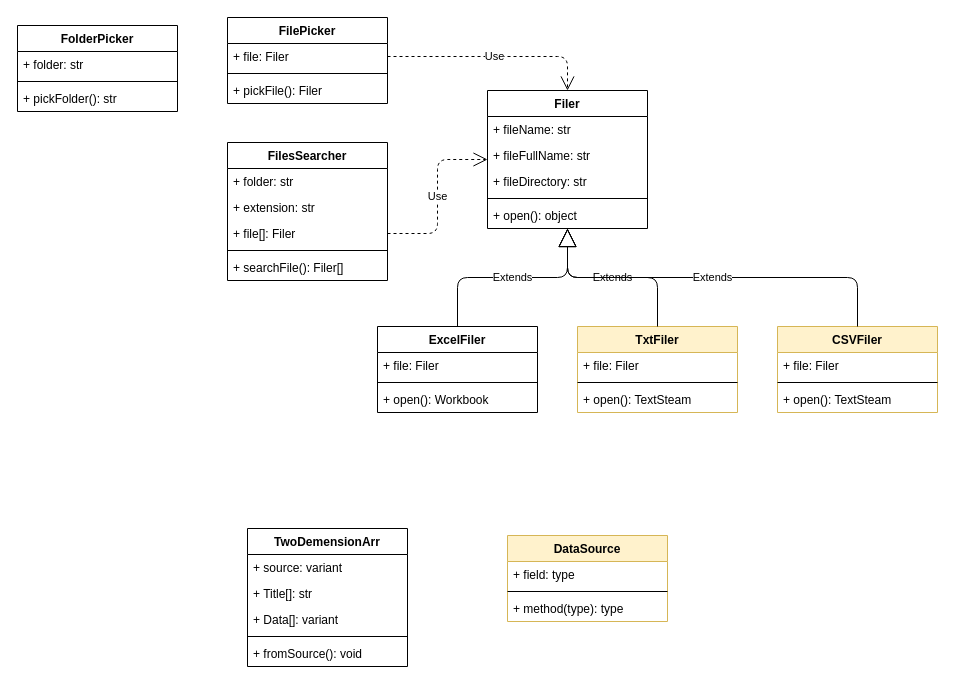
The draw.io diagram Master UML For VBA Class.drawio in Youjwxyz/VBA_Library, before the edit. Source tidied: cells renumbered, new cells numbered last; positions are measured from the earlier drawing's top-left corner, leaving out a move shared by most shapes. Both pictures are drawn from the tidied source at 100%, with x=0, y=0 at pixel (17, 17).
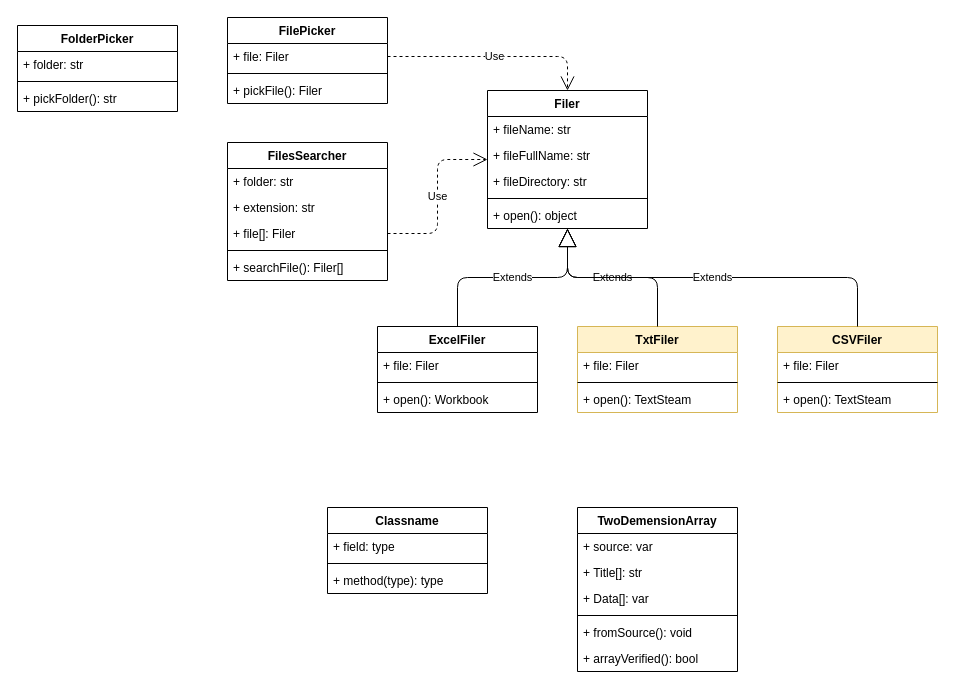
The same page after the edit.

Change to the diagram source:
```diff
@@
-    <mxCell id="39" value="TwoDemensionArr" style="swimlane;fontStyle=1;align=center;verticalAlign=top;horizontal=1;startSize=26;" parent="1" vertex="1">
-      <mxGeometry x="230" y="511" width="160" height="138" as="geometry" />
+    <mxCell id="39" value="TwoDemensionArray" style="swimlane;fontStyle=1;align=center;verticalAlign=top;horizontal=1;startSize=26;" parent="1" vertex="1">
+      <mxGeometry x="560" y="490" width="160" height="164" as="geometry" />
     </mxCell>
-    <mxCell id="40" value="+ source: variant" style="text;strokeColor=none;fillColor=none;align=left;verticalAlign=top;spacingLeft=4;spacingRight=4;overflow=hidden;" parent="39" vertex="1">
-      <mxGeometry y="26" width="160" height="26" as="geometry" />
-    </mxCell>
+    <mxCell id="49" value="+ source: var" style="text;strokeColor=none;fillColor=none;align=left;verticalAlign=top;spacingLeft=4;spacingRight=4;overflow=hidden;" parent="39" vertex="1">
+      <mxGeometry y="26" width="160" height="26" as="geometry" />
+    </mxCell>
@@
-    <mxCell id="42" value="+ Data[]: variant" style="text;strokeColor=none;fillColor=none;align=left;verticalAlign=top;spacingLeft=4;spacingRight=4;overflow=hidden;" parent="39" vertex="1">
+    <mxCell id="42" value="+ Data[]: var" style="text;strokeColor=none;fillColor=none;align=left;verticalAlign=top;spacingLeft=4;spacingRight=4;overflow=hidden;" parent="39" vertex="1">
       <mxGeometry y="78" width="160" height="26" as="geometry" />
     </mxCell>
@@
-    <mxCell id="45" value="DataSource" style="swimlane;fontStyle=1;align=center;verticalAlign=top;horizontal=1;startSize=26;fillColor=#fff2cc;strokeColor=#d6b656;" parent="1" vertex="1">
-      <mxGeometry x="490" y="518" width="160" height="86" as="geometry" />
-    </mxCell>
+    <mxCell id="50" value="+ arrayVerified(): bool" style="text;strokeColor=none;fillColor=none;align=left;verticalAlign=top;spacingLeft=4;spacingRight=4;overflow=hidden;" parent="39" vertex="1">
+      <mxGeometry y="138" width="160" height="26" as="geometry" />
+    </mxCell>
+    <mxCell id="51" value="Classname" style="swimlane;fontStyle=1;align=center;verticalAlign=top;horizontal=1;startSize=26;" parent="1" vertex="1">
+      <mxGeometry x="310" y="490" width="160" height="86" as="geometry" />
+    </mxCell>
-    <mxCell id="46" value="+ field: type" style="text;strokeColor=none;fillColor=none;align=left;verticalAlign=top;spacingLeft=4;spacingRight=4;overflow=hidden;" parent="45" vertex="1">
+    <mxCell id="46" value="+ field: type" style="text;strokeColor=none;fillColor=none;align=left;verticalAlign=top;spacingLeft=4;spacingRight=4;overflow=hidden;" parent="51" vertex="1">
       <mxGeometry y="26" width="160" height="26" as="geometry" />
     </mxCell>
-    <mxCell id="47" style="line;strokeWidth=1;fillColor=none;align=left;verticalAlign=middle;spacingTop=-1;spacingLeft=3;spacingRight=3;labelPosition=right;" parent="45" vertex="1">
+    <mxCell id="47" style="line;strokeWidth=1;fillColor=none;align=left;verticalAlign=middle;spacingTop=-1;spacingLeft=3;spacingRight=3;labelPosition=right;" parent="51" vertex="1">
       <mxGeometry y="52" width="160" height="8" as="geometry" />
     </mxCell>
-    <mxCell id="48" value="+ method(type): type" style="text;strokeColor=none;fillColor=none;align=left;verticalAlign=top;spacingLeft=4;spacingRight=4;overflow=hidden;" parent="45" vertex="1">
+    <mxCell id="48" value="+ method(type): type" style="text;strokeColor=none;fillColor=none;align=left;verticalAlign=top;spacingLeft=4;spacingRight=4;overflow=hidden;" parent="51" vertex="1">
       <mxGeometry y="60" width="160" height="26" as="geometry" />
     </mxCell>
```
